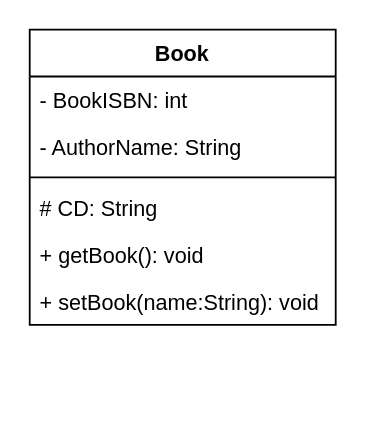
The draw.io diagram Exercise2.drawio in njmihakim/Week2ClassDiagram, before the edit. Source tidied: cells renumbered, new cells numbered last; positions are measured from the earlier drawing's top-left corner, leaving out a move shared by most shapes. Both pictures are drawn from the tidied source at 180%, with x=0, y=0 at pixel (29, 29).
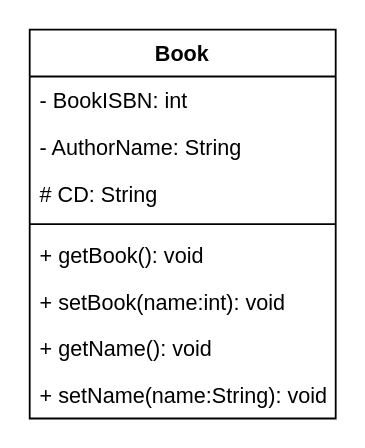
The same diagram, later.

Change to the diagram source:
```diff
@@
 <mxGraphModel>
   <root>
     <mxCell id="0" />
     <mxCell id="1" parent="0" />
     <mxCell id="2" value="Book" style="swimlane;fontStyle=1;align=center;verticalAlign=top;horizontal=1;startSize=26;" parent="1" vertex="1">
-      <mxGeometry width="170" height="164" as="geometry" />
+      <mxGeometry width="170" height="216" as="geometry" />
     </mxCell>
     <mxCell id="3" value="- BookISBN: int" style="text;strokeColor=none;fillColor=none;align=left;verticalAlign=top;spacingLeft=4;spacingRight=4;overflow=hidden;" parent="2" vertex="1">
       <mxGeometry y="26" width="170" height="26" as="geometry" />
     </mxCell>
     <mxCell id="4" value="- AuthorName: String" style="text;strokeColor=none;fillColor=none;align=left;verticalAlign=top;spacingLeft=4;spacingRight=4;overflow=hidden;" parent="2" vertex="1">
       <mxGeometry y="52" width="170" height="26" as="geometry" />
     </mxCell>
+    <mxCell id="6" value="# CD: String" style="text;strokeColor=none;fillColor=none;align=left;verticalAlign=top;spacingLeft=4;spacingRight=4;overflow=hidden;" parent="2" vertex="1">
+      <mxGeometry y="78" width="170" height="26" as="geometry" />
+    </mxCell>
     <mxCell id="5" style="line;strokeWidth=1;fillColor=none;align=left;verticalAlign=middle;spacingTop=-1;spacingLeft=3;spacingRight=3;labelPosition=right;" parent="2" vertex="1">
-      <mxGeometry y="78" width="170" height="8" as="geometry" />
+      <mxGeometry y="104" width="170" height="8" as="geometry" />
     </mxCell>
-    <mxCell id="6" value="# CD: String" style="text;strokeColor=none;fillColor=none;align=left;verticalAlign=top;spacingLeft=4;spacingRight=4;overflow=hidden;" parent="2" vertex="1">
-      <mxGeometry y="86" width="170" height="26" as="geometry" />
-    </mxCell>
     <mxCell id="7" value="+ getBook(): void" style="text;strokeColor=none;fillColor=none;align=left;verticalAlign=top;spacingLeft=4;spacingRight=4;overflow=hidden;" parent="2" vertex="1">
       <mxGeometry y="112" width="170" height="26" as="geometry" />
     </mxCell>
-    <mxCell id="8" value="+ setBook(name:String): void" style="text;strokeColor=none;fillColor=none;align=left;verticalAlign=top;spacingLeft=4;spacingRight=4;overflow=hidden;" parent="2" vertex="1">
+    <mxCell id="8" value="+ setBook(name:int): void" style="text;strokeColor=none;fillColor=none;align=left;verticalAlign=top;spacingLeft=4;spacingRight=4;overflow=hidden;" parent="2" vertex="1">
       <mxGeometry y="138" width="170" height="26" as="geometry" />
     </mxCell>
+    <mxCell id="9" value="+ getName(): void" style="text;strokeColor=none;fillColor=none;align=left;verticalAlign=top;spacingLeft=4;spacingRight=4;overflow=hidden;" parent="2" vertex="1">
+      <mxGeometry y="164" width="170" height="26" as="geometry" />
+    </mxCell>
+    <mxCell id="10" value="+ setName(name:String): void" style="text;strokeColor=none;fillColor=none;align=left;verticalAlign=top;spacingLeft=4;spacingRight=4;overflow=hidden;" parent="2" vertex="1">
+      <mxGeometry y="190" width="170" height="26" as="geometry" />
+    </mxCell>
   </root>
 </mxGraphModel>
```
